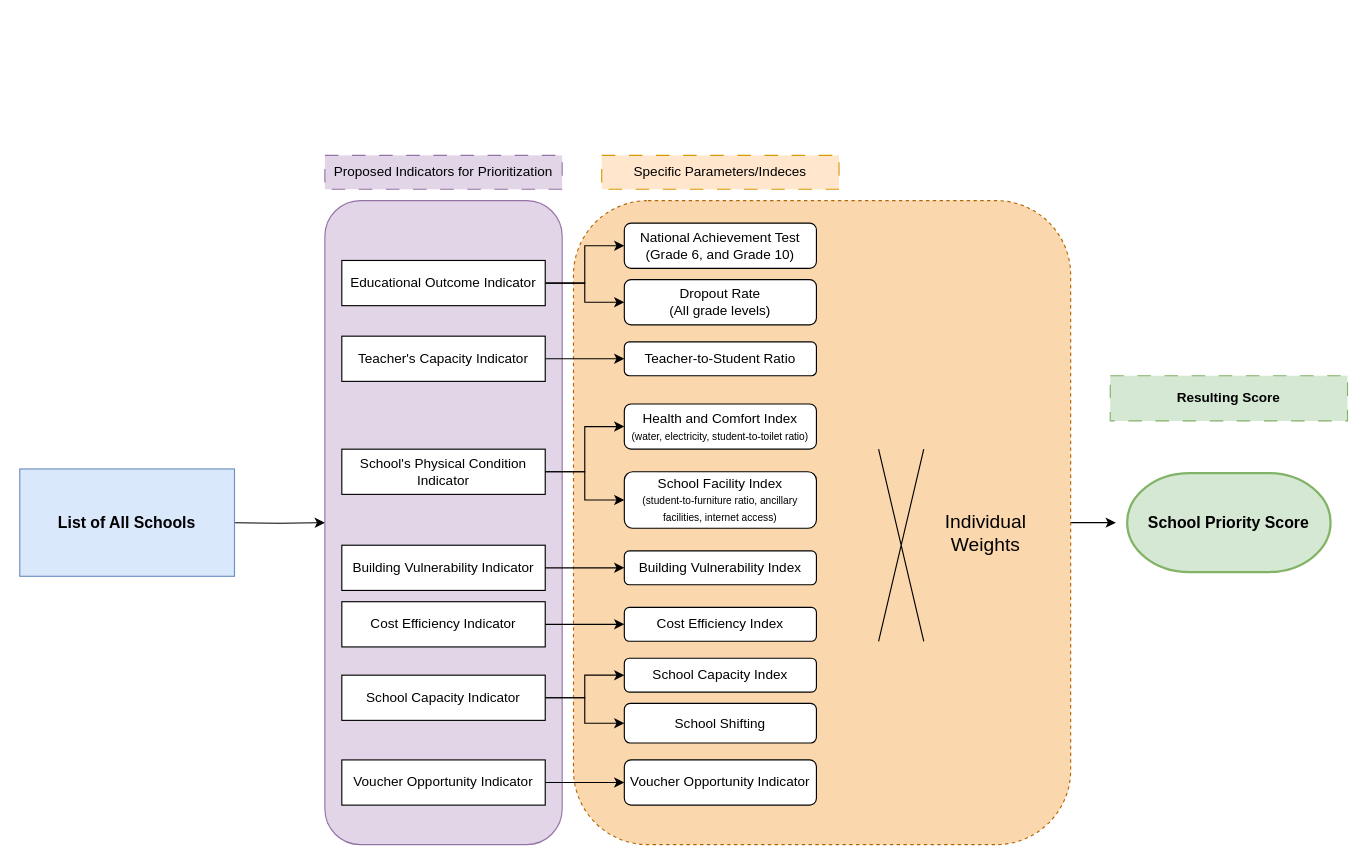
Before: page "General prioritization" (1 of 2) of EFD Prioritization.drawio in jnlawrence/DepEd_scripts, a draw.io diagram. Source tidied: cells renumbered, new cells numbered last; positions are measured from the earlier drawing's top-left corner, leaving out a move shared by most shapes. Both pictures are drawn from the tidied source at 113%, with x=0, y=0 at pixel (19, 155).
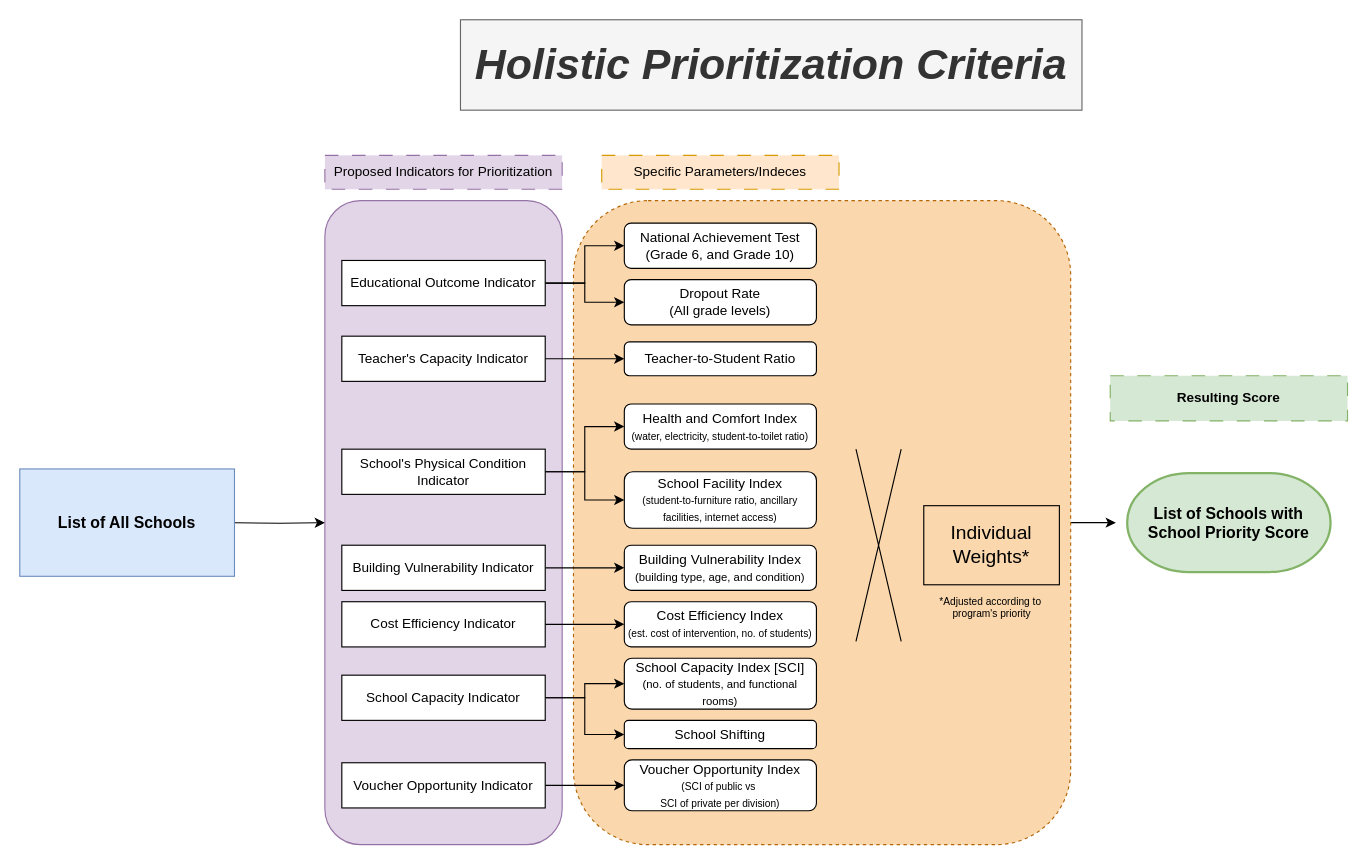
The same page after the edit.

What changed in the source:
```diff
@@
     <mxCell id="22" value="Voucher Opportunity Indicator" style="rounded=0;whiteSpace=wrap;html=1;glass=0;fontStyle=0;spacing=5;" parent="1" vertex="1">
-      <mxGeometry x="285" y="535" width="180" height="40" as="geometry" />
+      <mxGeometry x="285" y="537.5" width="180" height="40" as="geometry" />
     </mxCell>
@@
-    <mxCell id="28" value="Building Vulnerability Index" style="rounded=1;whiteSpace=wrap;html=1;" parent="1" vertex="1">
-      <mxGeometry x="535" y="350" width="170" height="30" as="geometry" />
+    <mxCell id="28" value="Building Vulnerability Index&lt;div&gt;&lt;font size=&quot;1&quot;&gt;(building type, age, and condition)&lt;/font&gt;&lt;/div&gt;" style="rounded=1;whiteSpace=wrap;html=1;" parent="1" vertex="1">
+      <mxGeometry x="535" y="345" width="170" height="40" as="geometry" />
     </mxCell>
-    <mxCell id="29" value="Cost Efficiency Index" style="rounded=1;whiteSpace=wrap;html=1;" parent="1" vertex="1">
-      <mxGeometry x="535" y="400" width="170" height="30" as="geometry" />
+    <mxCell id="29" value="Cost Efficiency Index&lt;br&gt;&lt;font style=&quot;font-size: 9px;&quot;&gt;(est. cost of intervention, no. of students)&lt;/font&gt;" style="rounded=1;whiteSpace=wrap;html=1;" parent="1" vertex="1">
+      <mxGeometry x="535" y="395" width="170" height="40" as="geometry" />
     </mxCell>
-    <mxCell id="30" value="School Capacity Index" style="rounded=1;whiteSpace=wrap;html=1;" parent="1" vertex="1">
-      <mxGeometry x="535" y="445" width="170" height="30" as="geometry" />
+    <mxCell id="30" value="School Capacity Index [SCI]&lt;div&gt;&lt;font style=&quot;font-size: 10px;&quot;&gt;(no. of students, and functional rooms)&lt;/font&gt;&lt;/div&gt;" style="rounded=1;whiteSpace=wrap;html=1;" parent="1" vertex="1">
+      <mxGeometry x="535" y="445" width="170" height="45" as="geometry" />
     </mxCell>
-    <mxCell id="31" value="Voucher Opportunity Indicator" style="rounded=1;whiteSpace=wrap;html=1;" parent="1" vertex="1">
-      <mxGeometry x="535" y="535" width="170" height="40" as="geometry" />
+    <mxCell id="31" value="Voucher Opportunity Index&lt;div&gt;&lt;font style=&quot;font-size: 9px;&quot;&gt;(SCI of public vs&amp;nbsp;&lt;/font&gt;&lt;/div&gt;&lt;div&gt;&lt;font style=&quot;font-size: 9px;&quot;&gt;SCI of private per division)&lt;/font&gt;&lt;/div&gt;" style="rounded=1;whiteSpace=wrap;html=1;" parent="1" vertex="1">
+      <mxGeometry x="535" y="535" width="170" height="45" as="geometry" />
     </mxCell>
     <mxCell id="32" style="shape=mxgraph.sysml.x;" parent="1" vertex="1">
-      <mxGeometry x="760" y="260" width="40" height="170" as="geometry" />
+      <mxGeometry x="740" y="260" width="40" height="170" as="geometry" />
     </mxCell>
@@
     <mxCell id="34" value="School Shifting" style="rounded=1;whiteSpace=wrap;html=1;" parent="1" vertex="1">
-      <mxGeometry x="535" y="485" width="170" height="35" as="geometry" />
+      <mxGeometry x="535" y="500" width="170" height="25" as="geometry" />
     </mxCell>
-    <mxCell id="35" value="&lt;div&gt;&lt;font style=&quot;font-size: 17px;&quot;&gt;&lt;br&gt;&lt;/font&gt;&lt;/div&gt;&lt;font style=&quot;font-size: 17px;&quot;&gt;Individual&lt;/font&gt;&lt;div&gt;&lt;font style=&quot;font-size: 17px;&quot;&gt;Weights&lt;/font&gt;&lt;/div&gt;" style="text;html=1;align=center;verticalAlign=middle;whiteSpace=wrap;rounded=0;" parent="1" vertex="1">
-      <mxGeometry x="790" y="270" width="130" height="110" as="geometry" />
+    <mxCell id="35" value="&lt;div&gt;&lt;span style=&quot;font-size: 17px; background-color: transparent; color: light-dark(rgb(0, 0, 0), rgb(255, 255, 255));&quot;&gt;Individual&lt;/span&gt;&lt;/div&gt;&lt;div&gt;&lt;font style=&quot;font-size: 17px;&quot;&gt;Weights*&lt;/font&gt;&lt;/div&gt;" style="text;html=1;align=center;verticalAlign=middle;whiteSpace=wrap;rounded=0;strokeColor=default;" parent="1" vertex="1">
+      <mxGeometry x="800" y="310" width="120" height="70" as="geometry" />
     </mxCell>
@@
-    <mxCell id="37" value="School Priority Score" style="strokeWidth=2;html=1;shape=mxgraph.flowchart.terminator;whiteSpace=wrap;fontStyle=1;fillColor=#d5e8d4;strokeColor=#82b366;fontSize=14;" parent="1" vertex="1">
+    <mxCell id="37" value="&lt;div&gt;List of Schools with&lt;/div&gt;School Priority Score" style="strokeWidth=2;html=1;shape=mxgraph.flowchart.terminator;whiteSpace=wrap;fontStyle=1;fillColor=#d5e8d4;strokeColor=#82b366;fontSize=14;" parent="1" vertex="1">
       <mxGeometry x="980" y="281.2" width="180" height="87.5" as="geometry" />
     </mxCell>
@@
+    <mxCell id="40" value="*Adjusted according to&amp;nbsp;&lt;div&gt;program's priority&lt;/div&gt;" style="text;html=1;align=center;verticalAlign=middle;strokeColor=none;fillColor=none;fontSize=9;" parent="1" vertex="1">
+      <mxGeometry x="800" y="380" width="120" height="40" as="geometry" />
+    </mxCell>
+    <mxCell id="41" value="&lt;font style=&quot;font-size: 38px;&quot;&gt;&lt;b&gt;&lt;i&gt;Holistic Prioritization Criteria&lt;/i&gt;&lt;/b&gt;&lt;/font&gt;" style="text;html=1;align=center;verticalAlign=middle;whiteSpace=wrap;rounded=0;fillColor=#f5f5f5;fontColor=#333333;strokeColor=#666666;" parent="1" vertex="1">
+      <mxGeometry x="390" y="-120" width="550" height="80" as="geometry" />
+    </mxCell>
```
